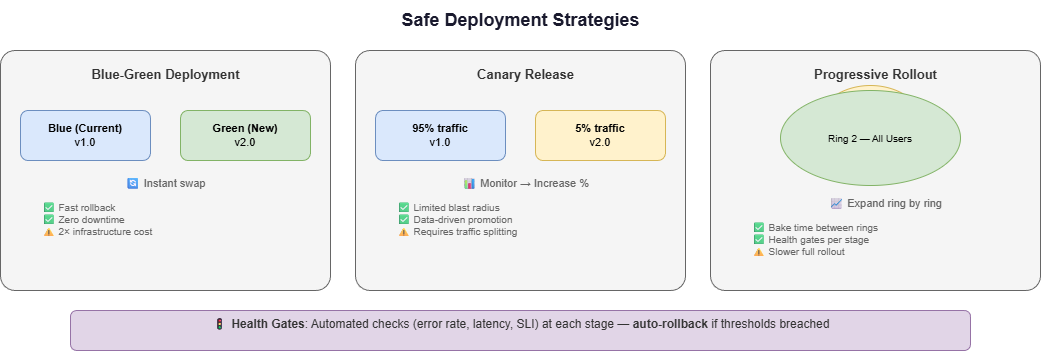
codebytes/azure-resiliency keeps this draw.io diagram as slides/img/safe-deployment.drawio.png. Above is the earlier version. Source tidied: cells renumbered, new cells last; positions are measured from the earlier drawing's top-left corner, leaving out a move shared by most shapes.
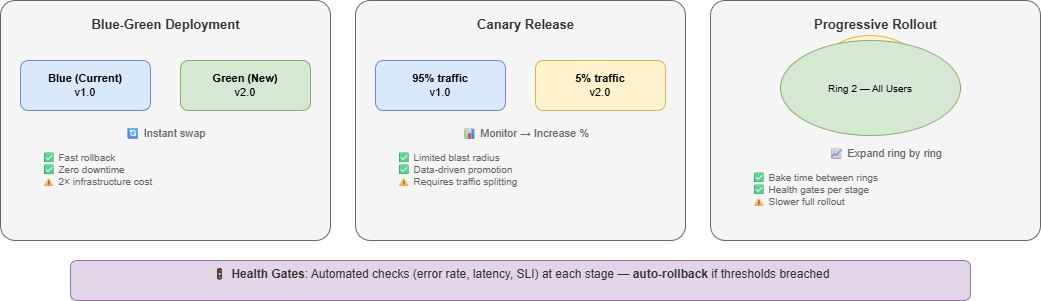
The same diagram one commit later.

Change to the diagram source:
```diff
@@ -2,9 +2,6 @@
   <root>
     <mxCell id="0" />
     <mxCell id="1" parent="0" />
-    <mxCell id="2" value="&lt;b&gt;Safe Deployment Strategies&lt;/b&gt;" style="text;html=1;align=center;verticalAlign=middle;fontSize=18;fontColor=#1a1a2e;" parent="1" vertex="1">
-      <mxGeometry x="270" width="500" height="40" as="geometry" />
-    </mxCell>
     <mxCell id="3" style="rounded=1;whiteSpace=wrap;html=1;fillColor=#f5f5f5;strokeColor=#666;arcSize=6;" parent="1" vertex="1">
       <mxGeometry y="50" width="330" height="240" as="geometry" />
     </mxCell>
```
